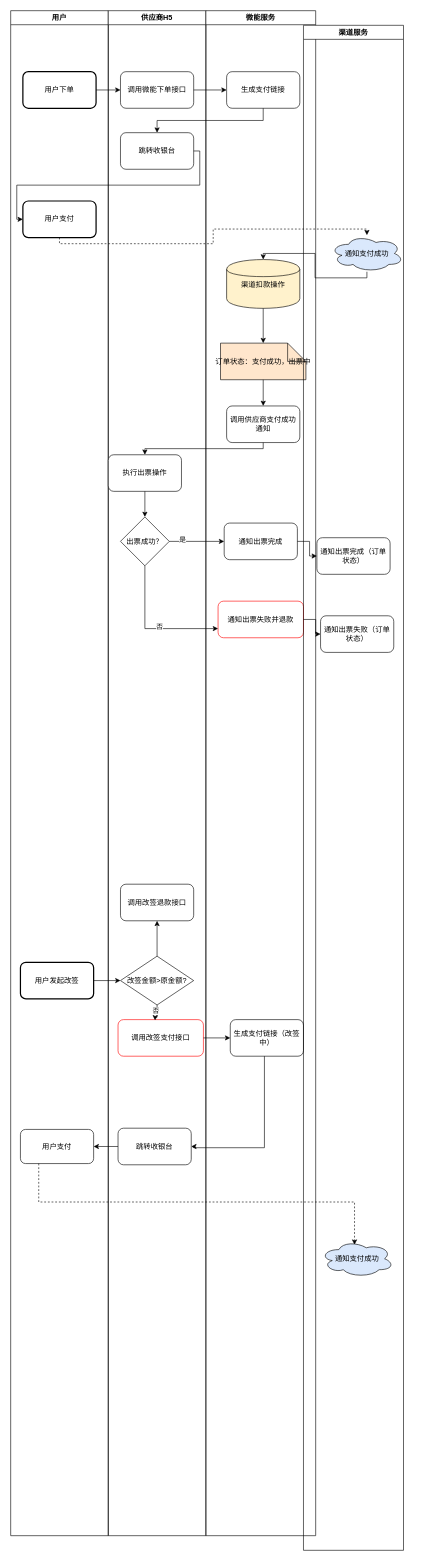
Before: 连铁.drawio in Anseong/myDocument, a draw.io diagram. Source tidied: cells renumbered, new cells numbered last; positions are measured from the earlier drawing's top-left corner, leaving out a move shared by most shapes. Both pictures are drawn from the tidied source at 61%, with x=0, y=0 at pixel (10, 10).
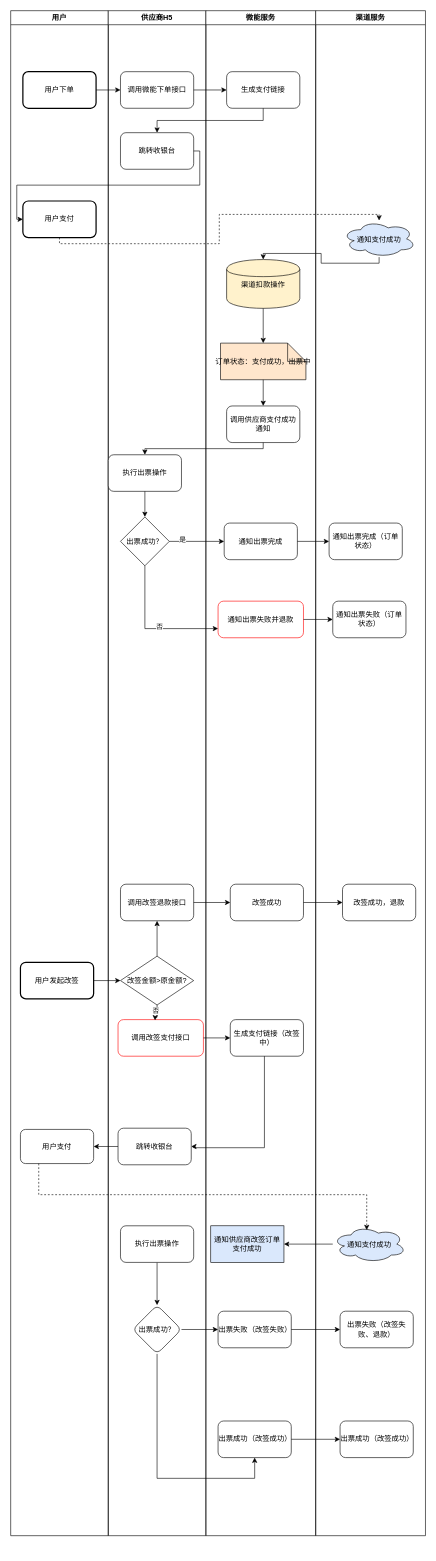
The same page after the edit.

Unchanged cells that the change refers to:
```xml
<mxCell id="7" value="供应商H5" style="swimlane;fontStyle=1;align=center;" parent="1" vertex="1">
  <mxGeometry x="160" width="160" height="2500" as="geometry" />
</mxCell>
<mxCell id="9" value="调用改签退款接口" style="rounded=1;whiteSpace=wrap;" parent="7" vertex="1">
  <mxGeometry x="20" y="1432" width="120" height="60" as="geometry" />
</mxCell>
<mxCell id="20" value="微能服务" style="swimlane;fontStyle=1;align=center;" parent="1" vertex="1">
  <mxGeometry x="320" width="180" height="2500" as="geometry" />
</mxCell>
<mxCell id="32" value="通知支付成功" style="shape=cloud;fillColor=#DAE8FC;" parent="28" vertex="1">
  <mxGeometry x="28" y="1992" width="120" height="60" as="geometry" />
</mxCell>
```

The edit, as a diff of the source:
```diff
@@
+    <mxCell id="53" style="edgeStyle=orthogonalEdgeStyle;rounded=0;jettySize=auto;html=1;" parent="7" edge="1" source="54" target="55">
+      <mxGeometry relative="1" as="geometry" />
+    </mxCell>
+    <mxCell id="54" value="执行出票操作" style="rounded=1;whiteSpace=wrap;html=1;" parent="7" vertex="1">
+      <mxGeometry x="20" y="1992" width="120" height="60" as="geometry" />
+    </mxCell>
+    <mxCell id="55" value="出票成功？" style="rhombus;whiteSpace=wrap;html=1;rounded=1;" parent="7" vertex="1">
+      <mxGeometry x="40" y="2122" width="80" height="80" as="geometry" />
+    </mxCell>
@@
+    <mxCell id="56" value="通知供应商改签订单支付成功" style="whiteSpace=wrap;html=1;fillColor=#DAE8FC;" parent="20" vertex="1">
+      <mxGeometry x="8" y="1992" width="120" height="60" as="geometry" />
+    </mxCell>
+    <mxCell id="57" value="出票失败（改签失败）" style="whiteSpace=wrap;html=1;rounded=1;" parent="20" vertex="1">
+      <mxGeometry x="20" y="2132" width="120" height="60" as="geometry" />
+    </mxCell>
+    <mxCell id="58" value="出票成功（改签成功）" style="whiteSpace=wrap;html=1;rounded=1;" parent="20" vertex="1">
+      <mxGeometry x="20" y="2312" width="120" height="60" as="geometry" />
+    </mxCell>
+    <mxCell id="59" value="改签成功" style="whiteSpace=wrap;html=1;rounded=1;" parent="20" vertex="1">
+      <mxGeometry x="40" y="1432" width="120" height="60" as="geometry" />
+    </mxCell>
     <mxCell id="28" value="渠道服务" style="swimlane;fontStyle=1;align=center;" parent="1" vertex="1">
-      <mxGeometry x="480" y="24" width="164" height="2500" as="geometry" />
+      <mxGeometry x="500" width="180" height="2500" as="geometry" />
     </mxCell>
@@
+    <mxCell id="60" value="出票失败（改签失败、退款）" style="whiteSpace=wrap;html=1;rounded=1;" parent="28" vertex="1">
+      <mxGeometry x="40" y="2132" width="120" height="60" as="geometry" />
+    </mxCell>
+    <mxCell id="61" value="出票成功（改签成功）" style="whiteSpace=wrap;html=1;rounded=1;" parent="28" vertex="1">
+      <mxGeometry x="40" y="2312" width="120" height="60" as="geometry" />
+    </mxCell>
+    <mxCell id="62" value="改签成功，退款" style="whiteSpace=wrap;html=1;rounded=1;" parent="28" vertex="1">
+      <mxGeometry x="44" y="1432" width="120" height="60" as="geometry" />
+    </mxCell>
@@
+    <mxCell id="63" style="edgeStyle=orthogonalEdgeStyle;rounded=0;jettySize=auto;html=1;" parent="1" edge="1" source="32" target="56">
+      <mxGeometry relative="1" as="geometry" />
+    </mxCell>
+    <mxCell id="64" style="edgeStyle=orthogonalEdgeStyle;rounded=0;jettySize=auto;html=1;" parent="1" edge="1" source="55" target="57">
+      <mxGeometry relative="1" as="geometry" />
+    </mxCell>
+    <mxCell id="65" style="edgeStyle=orthogonalEdgeStyle;rounded=0;jettySize=auto;html=1;" parent="1" edge="1" source="57" target="60">
+      <mxGeometry relative="1" as="geometry" />
+    </mxCell>
+    <mxCell id="66" style="edgeStyle=orthogonalEdgeStyle;rounded=0;jettySize=auto;html=1;" parent="1" edge="1" source="55" target="58">
+      <mxGeometry relative="1" as="geometry">
+        <Array as="points">
+          <mxPoint x="240" y="2406" />
+        </Array>
+      </mxGeometry>
+    </mxCell>
+    <mxCell id="67" style="edgeStyle=orthogonalEdgeStyle;rounded=0;jettySize=auto;html=1;" parent="1" edge="1" source="58" target="61">
+      <mxGeometry relative="1" as="geometry" />
+    </mxCell>
+    <mxCell id="68" style="edgeStyle=orthogonalEdgeStyle;rounded=0;jettySize=auto;html=1;" parent="1" edge="1" source="9" target="59">
+      <mxGeometry relative="1" as="geometry" />
+    </mxCell>
+    <mxCell id="69" style="edgeStyle=orthogonalEdgeStyle;rounded=0;jettySize=auto;html=1;" parent="1" edge="1" source="59" target="62">
+      <mxGeometry relative="1" as="geometry" />
+    </mxCell>
```
